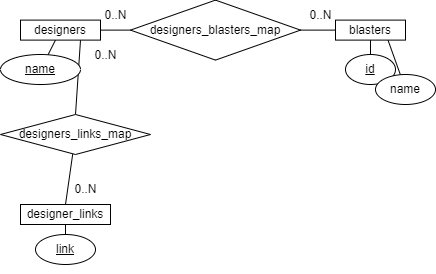
Above: docs/ERD.drawio.png in SabreBirdOne/BlasterBrowser (draw.io), before the change. Source tidied: cells renumbered, new cells last; positions are measured from the earlier drawing's top-left corner, leaving out a move shared by most shapes.
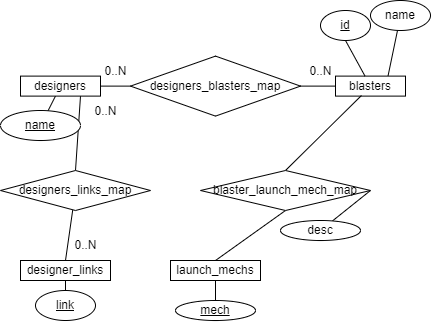
The same file after the commit.

What changed in the source:
```diff
@@ -23,17 +23,17 @@
     <mxCell id="8" value="&lt;u&gt;link&lt;/u&gt;" style="ellipse;whiteSpace=wrap;html=1;" parent="1" vertex="1">
       <mxGeometry x="35" y="234" width="60" height="30" as="geometry" />
     </mxCell>
-    <mxCell id="9" style="rounded=0;jettySize=auto;html=1;exitX=0.75;exitY=1;exitDx=0;exitDy=0;endArrow=none;endFill=0;" parent="1" edge="1" source="10" target="18">
+    <mxCell id="9" style="rounded=0;jettySize=auto;html=1;exitX=0.75;exitY=0;exitDx=0;exitDy=0;endArrow=none;endFill=0;" parent="1" edge="1" source="10" target="18">
       <mxGeometry relative="1" as="geometry" />
     </mxCell>
     <mxCell id="10" value="blasters" style="rounded=0;whiteSpace=wrap;html=1;" parent="1" vertex="1">
       <mxGeometry x="335" y="19.6" width="70" height="20" as="geometry" />
     </mxCell>
-    <mxCell id="11" style="rounded=0;jettySize=auto;html=1;endArrow=none;endFill=0;exitX=0.5;exitY=0;exitDx=0;exitDy=0;" parent="1" edge="1" source="12" target="10">
+    <mxCell id="11" style="rounded=0;jettySize=auto;html=1;endArrow=none;endFill=0;exitX=0.5;exitY=1;exitDx=0;exitDy=0;" parent="1" edge="1" source="12" target="10">
       <mxGeometry relative="1" as="geometry" />
     </mxCell>
     <mxCell id="12" value="&lt;u&gt;id&lt;/u&gt;" style="ellipse;whiteSpace=wrap;html=1;" parent="1" vertex="1">
-      <mxGeometry x="345" y="54" width="50" height="30" as="geometry" />
+      <mxGeometry x="320" y="-46" width="50" height="30" as="geometry" />
     </mxCell>
     <mxCell id="13" style="rounded=0;jettySize=auto;html=1;entryX=0;entryY=0.5;entryDx=0;entryDy=0;endArrow=none;endFill=0;exitX=1;exitY=0.5;exitDx=0;exitDy=0;" parent="1" edge="1" source="14" target="10">
       <mxGeometry relative="1" as="geometry" />
@@ -51,7 +51,7 @@
       <mxGeometry x="90" y="-0.4" width="50" height="30" as="geometry" />
     </mxCell>
     <mxCell id="18" value="name" style="ellipse;whiteSpace=wrap;html=1;" parent="1" vertex="1">
-      <mxGeometry x="375" y="74" width="60" height="30" as="geometry" />
+      <mxGeometry x="370" y="-56" width="60" height="30" as="geometry" />
     </mxCell>
     <mxCell id="19" value="designer_links" style="whiteSpace=wrap;html=1;" parent="1" vertex="1">
       <mxGeometry x="20" y="204" width="90" height="20" as="geometry" />
@@ -68,5 +68,29 @@
     <mxCell id="23" value="0..N" style="text;html=1;align=center;verticalAlign=middle;strokeColor=none;fillColor=none;" parent="1" vertex="1">
       <mxGeometry x="80" y="39.6" width="50" height="30" as="geometry" />
     </mxCell>
+    <mxCell id="24" style="rounded=0;jettySize=auto;html=1;endArrow=none;endFill=0;exitX=0.5;exitY=1;exitDx=0;exitDy=0;" parent="1" edge="1" source="25" target="26">
+      <mxGeometry relative="1" as="geometry" />
+    </mxCell>
+    <mxCell id="25" value="launch_mechs" style="whiteSpace=wrap;html=1;" parent="1" vertex="1">
+      <mxGeometry x="170" y="204" width="90" height="20" as="geometry" />
+    </mxCell>
+    <mxCell id="26" value="&lt;u&gt;mech&lt;/u&gt;" style="ellipse;whiteSpace=wrap;html=1;" parent="1" vertex="1">
+      <mxGeometry x="175" y="244" width="80" height="20" as="geometry" />
+    </mxCell>
+    <mxCell id="27" style="rounded=0;jettySize=auto;html=1;entryX=0.5;entryY=0;entryDx=0;entryDy=0;endArrow=none;endFill=0;exitX=0.5;exitY=1;exitDx=0;exitDy=0;" parent="1" edge="1" source="30" target="25">
+      <mxGeometry relative="1" as="geometry" />
+    </mxCell>
+    <mxCell id="28" style="rounded=0;jettySize=auto;html=1;entryX=0.371;entryY=0.969;entryDx=0;entryDy=0;entryPerimeter=0;endArrow=none;endFill=0;exitX=0.5;exitY=0;exitDx=0;exitDy=0;" parent="1" edge="1" source="30" target="10">
+      <mxGeometry relative="1" as="geometry" />
+    </mxCell>
+    <mxCell id="29" style="rounded=0;jettySize=auto;html=1;endArrow=none;endFill=0;exitX=1;exitY=0.5;exitDx=0;exitDy=0;" parent="1" edge="1" source="30" target="31">
+      <mxGeometry relative="1" as="geometry" />
+    </mxCell>
+    <mxCell id="30" value="blaster_launch_mech_map" style="rhombus;whiteSpace=wrap;html=1;" parent="1" vertex="1">
+      <mxGeometry x="200" y="114" width="170" height="40" as="geometry" />
+    </mxCell>
+    <mxCell id="31" value="desc" style="ellipse;whiteSpace=wrap;html=1;" parent="1" vertex="1">
+      <mxGeometry x="280" y="164" width="80" height="20" as="geometry" />
+    </mxCell>
   </root>
 </mxGraphModel>
```
